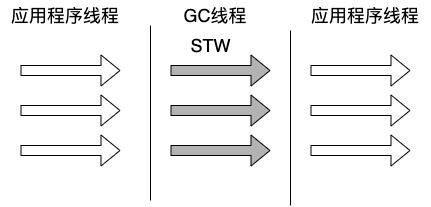
Above: jvm/images/Parallel收集器.png in yinyg/notes (draw.io), before the change. Source tidied: cells renumbered, new cells last; positions are measured from the earlier drawing's top-left corner, leaving out a move shared by most shapes.
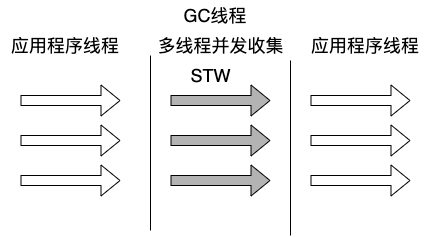
The same diagram one commit later.

What changed in the source:
```diff
@@ -27,7 +27,7 @@
       </mxGeometry>
     </mxCell>
     <mxCell id="6" value="&lt;font style=&quot;font-size: 18px;&quot;&gt;GC线程&lt;/font&gt;" style="text;html=1;strokeColor=none;fillColor=none;align=center;verticalAlign=middle;whiteSpace=wrap;rounded=0;" parent="1" vertex="1">
-      <mxGeometry x="150" width="130" height="30" as="geometry" />
+      <mxGeometry x="150" y="-30" width="130" height="30" as="geometry" />
     </mxCell>
     <mxCell id="7" value="&lt;font style=&quot;font-size: 18px;&quot;&gt;应用程序线程&lt;/font&gt;" style="text;html=1;strokeColor=none;fillColor=none;align=center;verticalAlign=middle;whiteSpace=wrap;rounded=0;" parent="1" vertex="1">
       <mxGeometry width="130" height="30" as="geometry" />
@@ -80,5 +80,8 @@
         <mxPoint x="270" y="150" as="targetPoint" />
       </mxGeometry>
     </mxCell>
+    <mxCell id="17" value="&lt;font style=&quot;font-size: 18px;&quot;&gt;多线程并发收集&lt;/font&gt;" style="text;html=1;align=center;verticalAlign=middle;strokeColor=none;fillColor=none;" parent="1" vertex="1">
+      <mxGeometry x="150" y="5" width="140" height="20" as="geometry" />
+    </mxCell>
   </root>
 </mxGraphModel>
```
